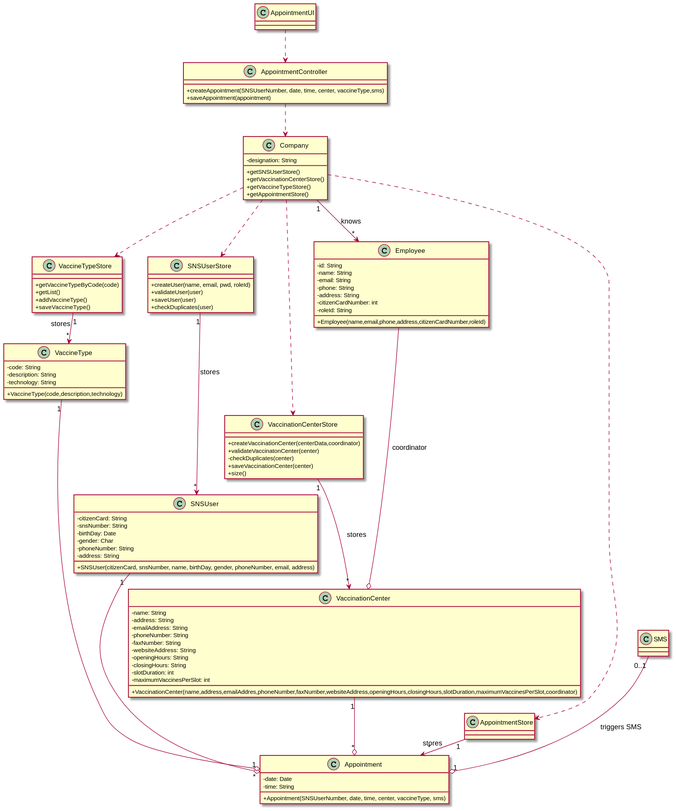
The PlantUML diagram docs/SprintC/US02/CD/US02_CD.svg in miseEnPlace-i/lapr2, before a commit.
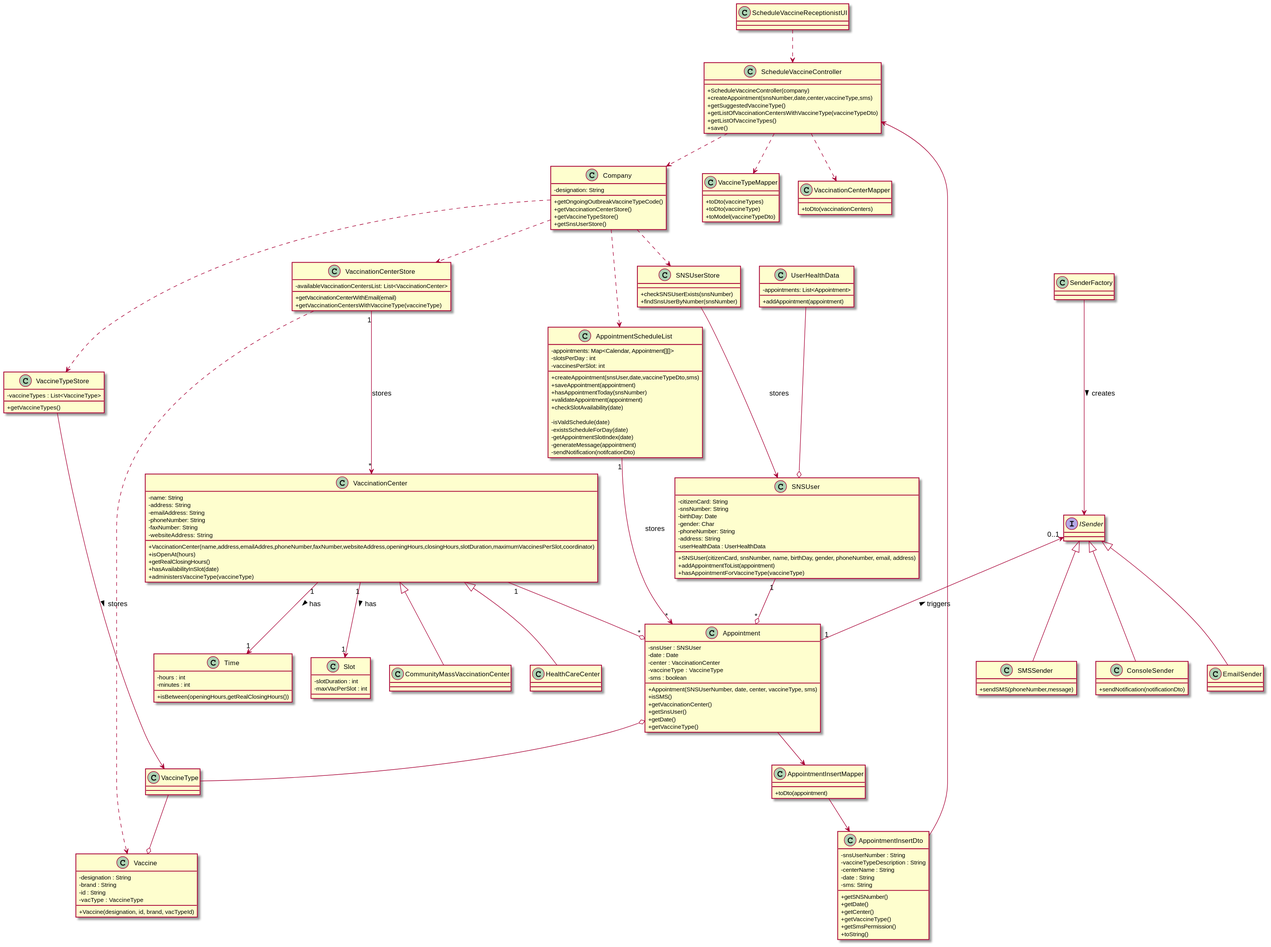
Above is the later version.

Commit message:
docs(US02): updated CD (added ISender, updated classes methods)

What changed in the source:
```diff
@@ -2,26 +2,63 @@
 skinparam classAttributeIconSize 0
 
 class Appointment {
-  - date: Date
-  - time: String
-  +Appointment(SNSUserNumber, date, time, center, vaccineType, sms)
+  - snsUser : SNSUser
+  - date : Date
+  - center : VaccinationCenter
+  - vaccineType : VaccineType
+  - sms : boolean
+  +Appointment(SNSUserNumber, date, center, vaccineType, sms)
+  +isSMS()
+  +getVaccinationCenter()
+  +getSnsUser()
+  +getDate()
+  +getVaccineType()
 }
 
-class AppointmentStore {}
+class AppointmentScheduleList {
+  -appointments: Map<Calendar, Appointment[][]>
+  -slotsPerDay : int
+  -vaccinesPerSlot: int
+  +createAppointment(snsUser,date,vaccineTypeDto,sms)
+  +saveAppointment(appointment)
+  +hasAppointmentToday(snsNumber)
+  +validateAppointment(appointment)
+  +checkSlotAvailability(date)
 
-class AppointmentUI {}
+  -isValdSchedule(date)
+  -existsScheduleForDay(date)
+  -getAppointmentSlotIndex(date)
+  -generateMessage(appointment)
+  -sendNotification(notifcationDto)
+}
 
-class AppointmentController {
-  +createAppointment(SNSUserNumber, date, time, center, vaccineType,sms)
-  +saveAppointment(appointment)
+class Vaccine   {
+  -designation : String
+  -brand : String
+  -id : String
+  -vacType : VaccineType
+
+  +Vaccine(designation, id, brand, vacTypeId)
+}
+
+class ScheduleVaccineReceptionistUI {}
+
+class ScheduleVaccineController {
+  +ScheduleVaccineController(company)
+  +createAppointment(snsNumber,date,center,vaccineType,sms)
+  +getSuggestedVaccineType()
+  +getListOfVaccinationCentersWithVaccineType(vaccineTypeDto)
+  +getListOfVaccineTypes()
+  +save()
+
 }
 
 class Company {
   -designation: String
-  +getSNSUserStore()
+  +getOngoingOutbreakVaccineTypeCode()
   +getVaccinationCenterStore()
   +getVaccineTypeStore()
-  +getAppointmentStore()
+  +getSnsUserStore()
 }
 
 class SNSUser {
@@ -31,14 +68,15 @@
   - gender: Char
   - phoneNumber: String
   - address: String
+  - userHealthData : UserHealthData
   + SNSUser(citizenCard, snsNumber, name, birthDay, gender, phoneNumber, email, address)
+  +addAppointmentToList(appointment)
+  +hasAppointmentForVaccineType(vaccineType)
   }
 
-class SNSUserStore {
-  + createUser(name, email, pwd, roleId)
-  + validateUser(user)
-  + saveUser(user)
-  + checkDuplicates(user)
+class UserHealthData {
+ - appointments: List<Appointment>
+ + addAppointment(appointment)
 }
 
 class VaccinationCenter{
@@ -48,64 +86,128 @@
   - phoneNumber: String
   - faxNumber: String
   - websiteAddress: String
-  - openingHours: String
-  - closingHours: String
-  - slotDuration: int
-  - maximumVaccinesPerSlot: int
   +VaccinationCenter(name,address,emailAddres,phoneNumber,faxNumber,websiteAddress,openingHours,closingHours,slotDuration,maximumVaccinesPerSlot,coordinator)
+  +isOpenAt(hours)
+  +getRealClosingHours()
+  +hasAvailabilityInSlot(date)
+  +administersVaccineType(vaccineType)
+}
+
+class Time {
+  - hours : int
+  - minutes : int
+  +isBetween(openingHours,getRealClosingHours())
+}
+
+class Slot {
+  - slotDuration : int
+  - maxVacPerSlot : int
 }
 
 class VaccinationCenterStore {
-+createVaccinationCenter(centerData,coordinator)
-+validateVaccinatonCenter(center)
--checkDuplicates(center)
-+saveVaccinationCenter(center)
-+size()
+-availableVaccinationCentersList: List<VaccinationCenter>
++getVaccinationCenterWithEmail(email)
++getVaccinationCentersWithVaccineType(vaccineType)
 }
 
-class VaccineType {
-  - code: String
-  - description: String
-  - technology: String
-  + VaccineType(code,description,technology)
+class VaccineType {}
+
+class VaccineTypeStore {
+  -vaccineTypes : List<VaccineType>
+  +getVaccineTypes()
 }
 
-class VaccineTypeStore {
-  +getVaccineTypeByCode(code)
-  +getList()
-  +addVaccineType()
-  +saveVaccineType()
+class SMSSender {
+  +sendSMS(phoneNumber,message)
 }
 
-class Employee {
-  -id: String
-  -name: String
-  -email: String
-  -phone: String
-  -address: String
-  -citizenCardNumber: int
-  -roleId: String
-  +Employee(name,email,phone,address,citizenCardNumber,roleId)
+class VaccineTypeMapper {
++toDto(vaccineTypes)
++toDto(vaccineType)
++toModel(vaccineTypeDto)
 }
 
-class SMS {}
+class VaccinationCenterMapper {
+  +toDto(vaccinationCenters)
+}
 
-AppointmentUI ..> AppointmentController
-AppointmentController ..> Company
-Company ..> SNSUserStore
+class AppointmentInsertMapper {
+  +toDto(appointment)
+}
+
+class AppointmentInsertDto {
+  -snsUserNumber : String
+  -vaccineTypeDescription : String
+  -centerName : String
+  -date : String
+  -sms: String
+  +getSNSNumber()
+  +getDate()
+  +getCenter()
+  +getVaccineType()
+  +getSmsPermission()
+  +toString()
+}
+
+class SNSUserStore {
+  +checkSNSUserExists(snsNumber)
+  +findSnsUserByNumber(snsNumber)
+}
+
+class CommunityMassVaccinationCenter {}
+
+class HealthCareCenter {}
+
+interface ISender {}
+
+class ConsoleSender {
+  +sendNotification(notificationDto)
+}
+
+ScheduleVaccineReceptionistUI ..> ScheduleVaccineController
+
+ScheduleVaccineController ..> Company
+ScheduleVaccineController <-- AppointmentInsertDto
+ScheduleVaccineController ..> VaccinationCenterMapper
+ScheduleVaccineController ..> VaccineTypeMapper
+
 Company ..> VaccinationCenterStore
 Company ..> VaccineTypeStore
-Company ..> AppointmentStore
-Company "1" --> "*" Employee : knows
-VaccinationCenterStore "1" -> "*" VaccinationCenter : stores
-VaccineTypeStore "1" -> "*" VaccineType : stores
-SNSUserStore "1" -> "*" SNSUser : stores
-Employee ---o VaccinationCenter : coordinator
+Company ..> AppointmentScheduleList
+Company ..> SNSUserStore
+
+VaccinationCenterStore "1" --> "*" VaccinationCenter : stores
+VaccinationCenterStore ..> Vaccine
+
+SNSUser "1" --o "*" Appointment
+
+AppointmentScheduleList "1" --> "*" Appointment : stores
+
+UserHealthData  --o SNSUser
+
+Appointment o-- VaccineType
+
+ISender "0..1" <-- "1" Appointment : triggers <
+
+SenderFactory --> ISender : creates >
+ISender <|-- SMSSender
+ISender <|-- EmailSender
+ISender <|-- ConsoleSender
+
+VaccineType --o Vaccine
+
+VaccineTypeStore --> VaccineType : stores >
+
+SNSUserStore --> SNSUser : stores
+
+VaccinationCenter <|-- CommunityMassVaccinationCenter
+VaccinationCenter <|-- HealthCareCenter
 VaccinationCenter "1" --o "*" Appointment
-SNSUser "1" --o "*" Appointment
-VaccineType "1" --o "1" Appointment
-SMS "0..1" --o "1" Appointment : triggers SMS
-AppointmentStore "1" -> "*" Appointment : stores
+VaccinationCenter "1" --> "1" Slot : has >
+VaccinationCenter "1" --> "1" Time : has >
+
+AppointmentInsertMapper --> AppointmentInsertDto
+Appointment --> AppointmentInsertMapper
 
 
 @enduml
```
